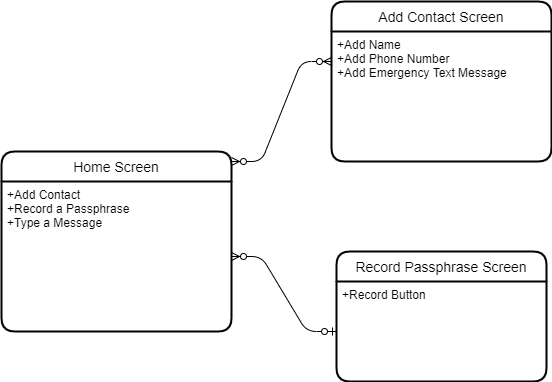
shifdub/kidnapped keeps this draw.io diagram as docs/PNGs/KidnappedAppERD.png. Above is the earlier version. Source tidied: cells renumbered, new cells last; positions are measured from the earlier drawing's top-left corner, leaving out a move shared by most shapes.
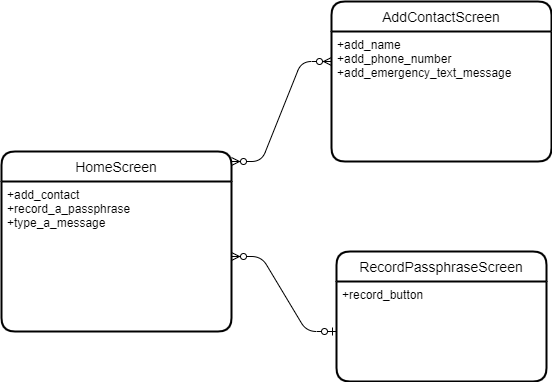
After the change.

Diff of the diagram source:
```diff
@@ -8,25 +8,25 @@
         <mxPoint x="330" y="60" as="targetPoint" />
       </mxGeometry>
     </mxCell>
-    <mxCell id="3" value="Home Screen" style="swimlane;horizontal=1;startSize=30;rounded=1;fontSize=14;fontStyle=0;strokeWidth=2;shadow=0;dashed=0;align=center;" parent="1" vertex="1">
+    <mxCell id="3" value="HomeScreen" style="swimlane;horizontal=1;startSize=30;rounded=1;fontSize=14;fontStyle=0;strokeWidth=2;shadow=0;dashed=0;align=center;" parent="1" vertex="1">
       <mxGeometry y="150" width="230" height="180" as="geometry" />
     </mxCell>
-    <mxCell id="4" value="+Add Contact&#10;+Record a Passphrase&#10;+Type a Message" style="align=left;strokeColor=none;fillColor=none;spacingLeft=4;fontSize=12;verticalAlign=top;" parent="3" vertex="1">
+    <mxCell id="4" value="+add_contact&#10;+record_a_passphrase&#10;+type_a_message" style="align=left;strokeColor=none;fillColor=none;spacingLeft=4;fontSize=12;verticalAlign=top;" parent="3" vertex="1">
       <mxGeometry y="30" width="230" height="150" as="geometry" />
     </mxCell>
-    <mxCell id="5" value="Add Contact Screen" style="swimlane;horizontal=1;startSize=30;rounded=1;fontSize=14;fontStyle=0;strokeWidth=2;shadow=0;dashed=0;align=center;" parent="1" vertex="1">
+    <mxCell id="5" value="AddContactScreen" style="swimlane;horizontal=1;startSize=30;rounded=1;fontSize=14;fontStyle=0;strokeWidth=2;shadow=0;dashed=0;align=center;" parent="1" vertex="1">
       <mxGeometry x="330" width="220" height="160" as="geometry" />
     </mxCell>
-    <mxCell id="6" value="+Add Name&#10;+Add Phone Number&#10;+Add Emergency Text Message" style="align=left;strokeColor=none;fillColor=none;spacingLeft=4;fontSize=12;verticalAlign=top;" parent="5" vertex="1">
+    <mxCell id="6" value="+add_name&#10;+add_phone_number&#10;+add_emergency_text_message" style="align=left;strokeColor=none;fillColor=none;spacingLeft=4;fontSize=12;verticalAlign=top;" parent="5" vertex="1">
       <mxGeometry y="30" width="220" height="130" as="geometry" />
     </mxCell>
     <mxCell id="7" style="edgeStyle=entityRelationEdgeStyle;fontSize=12;html=1;endArrow=ERzeroToMany;startArrow=ERzeroToOne;entryX=1;entryY=0.5;entryDx=0;entryDy=0;" parent="1" edge="1" source="9" target="4">
       <mxGeometry relative="1" as="geometry" />
     </mxCell>
-    <mxCell id="8" value="Record Passphrase Screen" style="swimlane;horizontal=1;startSize=30;rounded=1;fontSize=14;fontStyle=0;strokeWidth=2;shadow=0;dashed=0;align=center;" parent="1" vertex="1">
+    <mxCell id="8" value="RecordPassphraseScreen" style="swimlane;horizontal=1;startSize=30;rounded=1;fontSize=14;fontStyle=0;strokeWidth=2;shadow=0;dashed=0;align=center;" parent="1" vertex="1">
       <mxGeometry x="335" y="250" width="210" height="130" as="geometry" />
     </mxCell>
-    <mxCell id="9" value="+Record Button&#10;&#10;" style="align=left;strokeColor=none;fillColor=none;spacingLeft=4;fontSize=12;verticalAlign=top;" parent="8" vertex="1">
+    <mxCell id="9" value="+record_button&#10;&#10;" style="align=left;strokeColor=none;fillColor=none;spacingLeft=4;fontSize=12;verticalAlign=top;" parent="8" vertex="1">
       <mxGeometry y="30" width="210" height="100" as="geometry" />
     </mxCell>
   </root>
```
